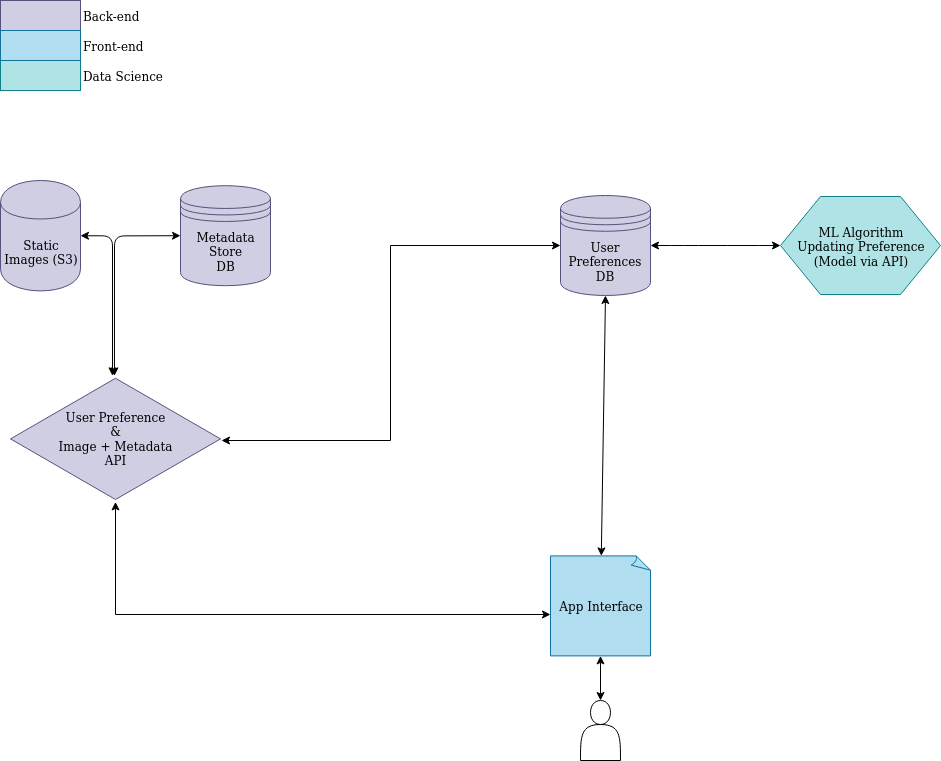
Earlier version of the draw.io export webapp/src/assets/tinder-for-dogs.png (jsal13/tinder-for-dogs). Source tidied: cells renumbered, new cells last; positions are measured from the earlier drawing's top-left corner, leaving out a move shared by most shapes.
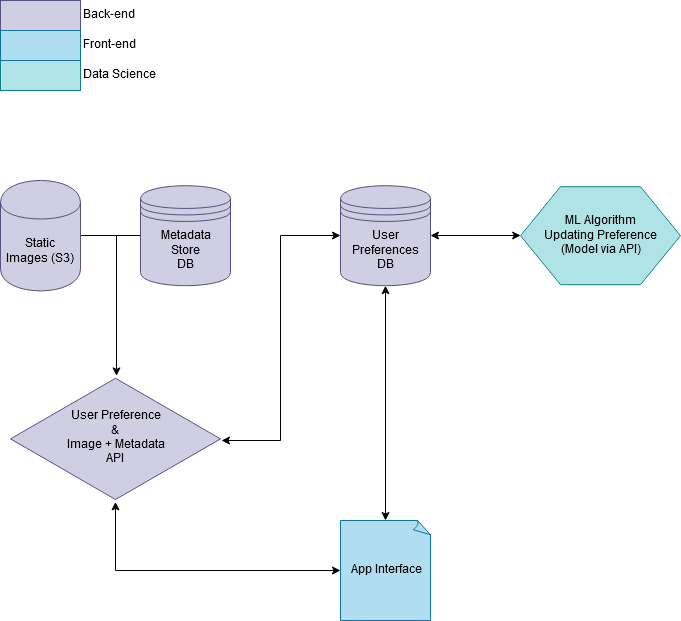
The same diagram one commit later.

Commit message:
docs: updated UML diagram;

What changed in the source:
```diff
@@ -2,65 +2,51 @@
   <root>
     <mxCell id="0" />
     <mxCell id="1" parent="0" />
-    <mxCell id="2" style="edgeStyle=orthogonalEdgeStyle;curved=1;rounded=0;jettySize=auto;html=1;startArrow=classic;startFill=1;" parent="1" edge="1" source="4" target="15">
-      <mxGeometry relative="1" as="geometry">
-        <Array as="points">
-          <mxPoint x="710" y="245" />
-          <mxPoint x="710" y="245" />
-        </Array>
-      </mxGeometry>
-    </mxCell>
     <mxCell id="3" style="edgeStyle=orthogonalEdgeStyle;rounded=0;jettySize=auto;html=1;startArrow=classic;startFill=1;entryX=1.005;entryY=0.513;entryDx=0;entryDy=0;entryPerimeter=0;" parent="1" edge="1" source="4" target="9">
       <mxGeometry relative="1" as="geometry" />
     </mxCell>
     <mxCell id="4" value="User Preferences DB" style="shape=datastore;whiteSpace=wrap;html=1;fillColor=#d0cee2;strokeColor=#56517e;" parent="1" vertex="1">
-      <mxGeometry x="560" y="195" width="90" height="100" as="geometry" />
+      <mxGeometry x="340" y="185.2" width="90" height="100" as="geometry" />
     </mxCell>
-    <mxCell id="5" style="edgeStyle=orthogonalEdgeStyle;rounded=0;jettySize=auto;html=1;entryX=0.5;entryY=0;entryDx=0;entryDy=0;startArrow=classic;startFill=1;endArrow=classic;endFill=1;" parent="1" edge="1" source="6" target="14">
-      <mxGeometry relative="1" as="geometry" />
-    </mxCell>
     <mxCell id="6" value="&lt;div&gt;App Interface&lt;/div&gt;" style="whiteSpace=wrap;html=1;shape=mxgraph.basic.document;fillColor=#b1ddf0;strokeColor=#10739e;" parent="1" vertex="1">
-      <mxGeometry x="550" y="555.4" width="100" height="100" as="geometry" />
+      <mxGeometry x="340" y="520" width="90" height="100" as="geometry" />
     </mxCell>
+    <mxCell id="19" style="edgeStyle=orthogonalEdgeStyle;rounded=0;jettySize=auto;html=1;exitX=0;exitY=0.5;exitDx=0;exitDy=0;startArrow=none;startFill=0;endArrow=none;endFill=0;" parent="1" edge="1" source="7">
+      <mxGeometry relative="1" as="geometry">
+        <mxPoint x="80" y="235" as="targetPoint" />
+      </mxGeometry>
+    </mxCell>
     <mxCell id="7" value="&lt;div&gt;Metadata&lt;/div&gt;&lt;div&gt;Store&lt;/div&gt;&lt;div&gt;DB&lt;br&gt;&lt;/div&gt;" style="shape=datastore;whiteSpace=wrap;html=1;fillColor=#d0cee2;strokeColor=#56517e;" parent="1" vertex="1">
-      <mxGeometry x="180" y="185.2" width="90" height="100" as="geometry" />
+      <mxGeometry x="140" y="185.2" width="90" height="100" as="geometry" />
     </mxCell>
-    <mxCell id="8" style="edgeStyle=orthogonalEdgeStyle;rounded=0;jettySize=auto;html=1;entryX=0;entryY=0.586;entryDx=0;entryDy=0;entryPerimeter=0;startArrow=classic;startFill=1;" parent="1" edge="1" source="9" target="6">
+    <mxCell id="8" style="edgeStyle=orthogonalEdgeStyle;rounded=0;jettySize=auto;html=1;startArrow=classic;startFill=1;entryX=0;entryY=0.5;entryDx=0;entryDy=0;entryPerimeter=0;" parent="1" edge="1" source="9" target="6">
       <mxGeometry relative="1" as="geometry">
         <Array as="points">
-          <mxPoint x="115" y="614" />
+          <mxPoint x="115" y="570" />
         </Array>
       </mxGeometry>
     </mxCell>
     <mxCell id="9" value="&lt;div&gt;User Preference&lt;/div&gt;&lt;div&gt;&amp;amp;&lt;br&gt;&lt;/div&gt;&lt;div&gt;Image + Metadata&lt;/div&gt;&lt;div&gt;API&lt;br&gt;&lt;/div&gt;" style="html=1;whiteSpace=wrap;shape=isoRectangle;fillColor=#d0cee2;strokeColor=#56517e;" parent="1" vertex="1">
       <mxGeometry x="10" y="375.4" width="210" height="126" as="geometry" />
     </mxCell>
-    <mxCell id="10" style="endArrow=classic;startArrow=classic;html=1;exitX=0.495;exitY=0;exitDx=0;exitDy=0;exitPerimeter=0;entryX=0;entryY=0.5;entryDx=0;entryDy=0;" parent="1" edge="1" source="9" target="7">
-      <mxGeometry relative="1" as="geometry">
-        <Array as="points">
-          <mxPoint x="114" y="235.4" />
-        </Array>
-      </mxGeometry>
-    </mxCell>
-    <mxCell id="11" style="endArrow=classic;startArrow=classic;html=1;exitX=1;exitY=0.5;exitDx=0;exitDy=0;" parent="1" edge="1" source="13">
-      <mxGeometry relative="1" as="geometry">
-        <mxPoint x="112" y="375.4" as="targetPoint" />
-        <Array as="points">
-          <mxPoint x="112" y="235.4" />
-        </Array>
-      </mxGeometry>
-    </mxCell>
     <mxCell id="12" style="endArrow=classic;startArrow=classic;html=1;entryX=0.5;entryY=1;entryDx=0;entryDy=0;" parent="1" edge="1" source="6" target="4">
       <mxGeometry relative="1" as="geometry" />
     </mxCell>
+    <mxCell id="20" style="edgeStyle=orthogonalEdgeStyle;rounded=0;jettySize=auto;html=1;startArrow=none;startFill=0;endArrow=classic;endFill=1;" parent="1" edge="1" source="13" target="9">
+      <mxGeometry relative="1" as="geometry">
+        <Array as="points">
+          <mxPoint x="116" y="235" />
+        </Array>
+      </mxGeometry>
+    </mxCell>
     <mxCell id="13" value="&lt;div&gt;Static&lt;/div&gt;&lt;div&gt;Images (S3)&lt;br&gt;&lt;/div&gt;" style="shape=cylinder;whiteSpace=wrap;html=1;boundedLbl=1;backgroundOutline=1;fillColor=#d0cee2;strokeColor=#56517e;" parent="1" vertex="1">
       <mxGeometry y="180" width="80" height="110.4" as="geometry" />
     </mxCell>
-    <mxCell id="14" style="shape=actor;whiteSpace=wrap;html=1;" parent="1" vertex="1">
-      <mxGeometry x="580" y="700" width="40" height="60" as="geometry" />
-    </mxCell>
+    <mxCell id="21" style="edgeStyle=orthogonalEdgeStyle;rounded=0;jettySize=auto;html=1;entryX=1;entryY=0.5;entryDx=0;entryDy=0;startArrow=classic;startFill=1;endArrow=classic;endFill=1;" parent="1" edge="1" source="15" target="4">
+      <mxGeometry relative="1" as="geometry" />
+    </mxCell>
     <mxCell id="15" value="&lt;div&gt;ML Algorithm&lt;/div&gt;&lt;div&gt;Updating Preference&lt;br&gt;&lt;/div&gt;&lt;div&gt;(Model via API)&lt;br&gt;&lt;/div&gt;" style="shape=hexagon;perimeter=hexagonPerimeter2;whiteSpace=wrap;html=1;comic=0;fillColor=#b0e3e6;strokeColor=#0e8088;" parent="1" vertex="1">
-      <mxGeometry x="780" y="196" width="160" height="98" as="geometry" />
+      <mxGeometry x="520" y="186.2" width="160" height="98" as="geometry" />
     </mxCell>
     <mxCell id="16" value="&lt;div&gt;Back-end&lt;/div&gt;" style="rounded=0;html=1;comic=0;labelPosition=right;verticalLabelPosition=middle;align=left;verticalAlign=middle;fillColor=#d0cee2;strokeColor=#56517e;" parent="1" vertex="1">
       <mxGeometry width="80" height="30" as="geometry" />
```
